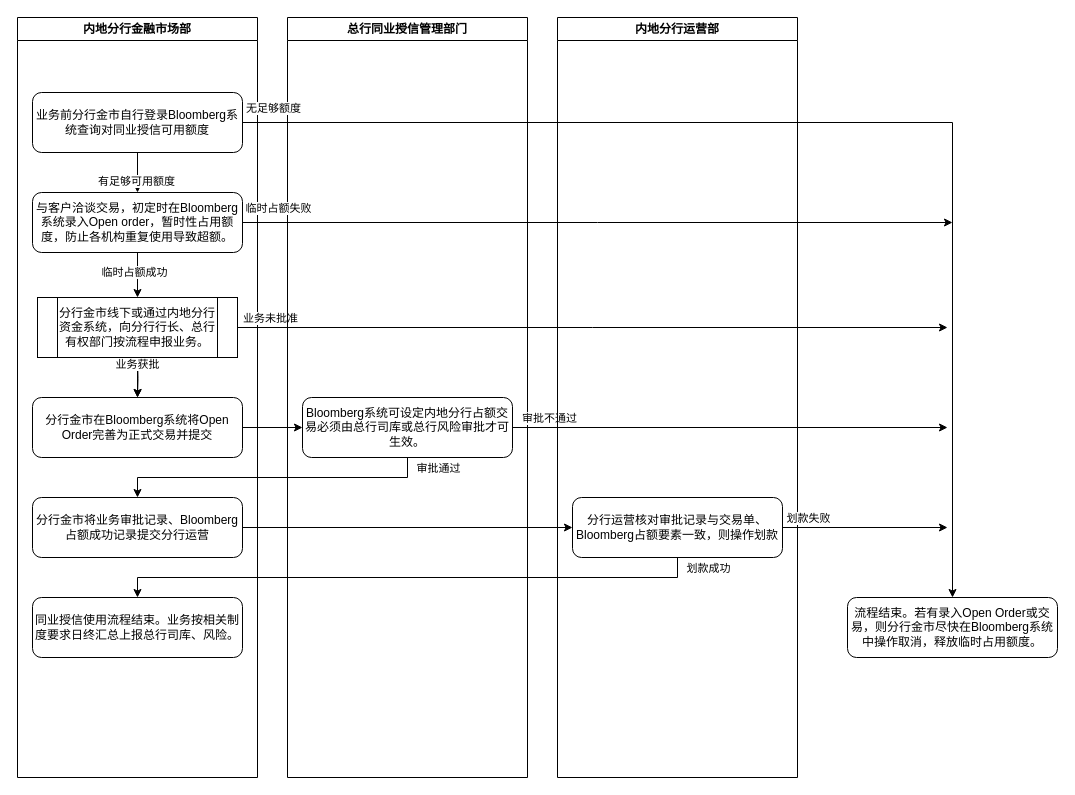
Earlier version of the draw.io diagram 未命名绘图 的副本.drawio (hyperxz/drew2). Source tidied: cells renumbered, new cells numbered last; positions are measured from the earlier drawing's top-left corner, leaving out a move shared by most shapes. Both pictures are drawn from the tidied source at 100%, with x=0, y=0 at pixel (17, 17).
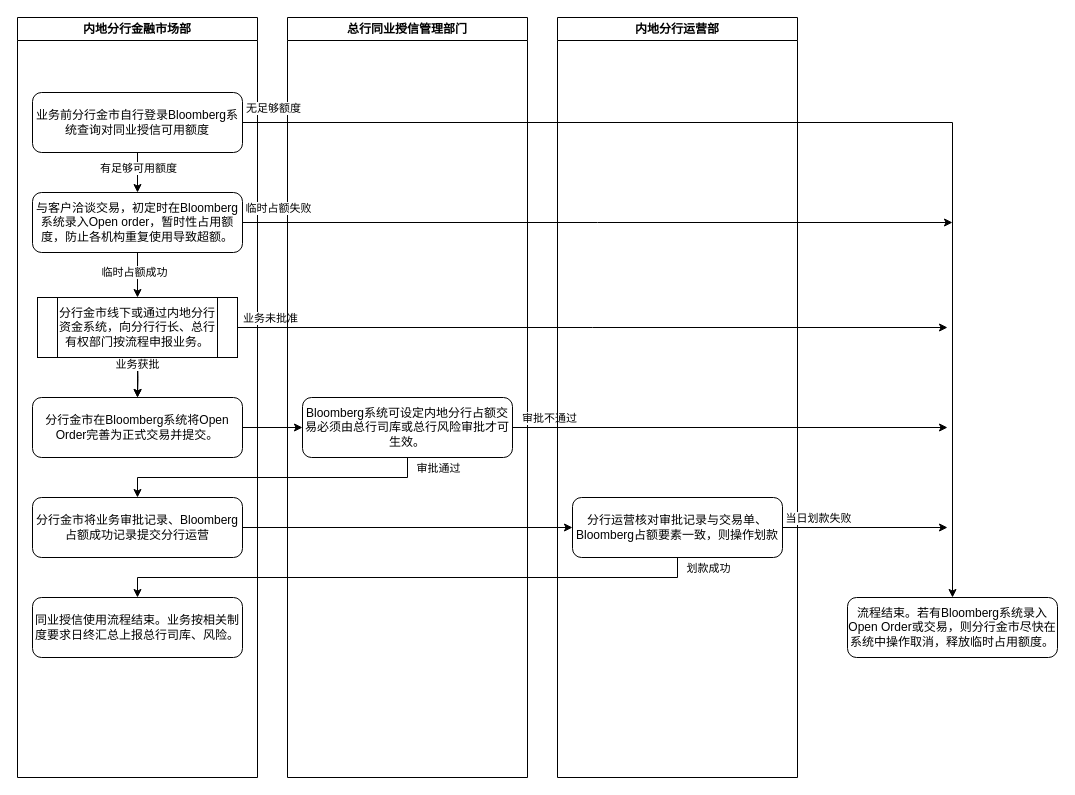
The same page after the edit.

Commit message (it also covers changes not shown here):
更新未命名绘图 的副本.drawio

The change refers to these unchanged cells:
```xml
<mxCell id="2" value="内地分行金融市场部" style="swimlane;whiteSpace=wrap;html=1;" parent="1" vertex="1">
  <mxGeometry width="240" height="760" as="geometry" />
</mxCell>
<mxCell id="3" style="edgeStyle=orthogonalEdgeStyle;rounded=0;jettySize=auto;html=1;" parent="2" edge="1" source="5" target="8">
  <mxGeometry relative="1" as="geometry" />
</mxCell>
<mxCell id="23" style="edgeStyle=orthogonalEdgeStyle;rounded=0;jettySize=auto;html=1;exitX=1;exitY=0.5;exitDx=0;exitDy=0;" parent="22" edge="1" source="25">
  <mxGeometry relative="1" as="geometry">
    <mxPoint x="390" y="510" as="targetPoint" />
  </mxGeometry>
</mxCell>
```

What changed in the source:
```diff
@@
     <mxCell id="4" value="有足够可用额度" style="edgeLabel;html=1;align=center;verticalAlign=middle;" parent="3" vertex="1">
-      <mxGeometry x="0.4" y="-2" relative="1" as="geometry" />
+      <mxGeometry x="0.4" y="-2" relative="1" as="geometry">
+        <mxPoint x="2" y="-13" as="offset" />
+      </mxGeometry>
     </mxCell>
@@
-    <mxCell id="10" value="分行金市在Bloomberg系统将Open Order完善为正式交易并提交" style="rounded=1;whiteSpace=wrap;html=1;fontSize=12;glass=0;strokeWidth=1;shadow=0;" parent="2" vertex="1">
+    <mxCell id="10" value="分行金市在Bloomberg系统将Open Order完善为正式交易并提交。" style="rounded=1;whiteSpace=wrap;html=1;fontSize=12;glass=0;strokeWidth=1;shadow=0;" parent="2" vertex="1">
       <mxGeometry x="15" y="380" width="210" height="60" as="geometry" />
     </mxCell>
@@
-    <mxCell id="24" value="划款失败" style="edgeLabel;html=1;align=center;verticalAlign=middle;" parent="23" vertex="1">
+    <mxCell id="24" value="当日划款失败" style="edgeLabel;html=1;align=center;verticalAlign=middle;" parent="23" vertex="1">
       <mxGeometry x="-0.82" y="2" relative="1" as="geometry">
-        <mxPoint x="10" y="-8" as="offset" />
+        <mxPoint x="20" y="-8" as="offset" />
       </mxGeometry>
     </mxCell>
@@
-    <mxCell id="26" value="流程结束。若有录入Open Order或交易，则分行金市尽快在Bloomberg系统中操作取消，释放临时占用额度。" style="rounded=1;whiteSpace=wrap;html=1;fontSize=12;glass=0;strokeWidth=1;shadow=0;" parent="1" vertex="1">
+    <mxCell id="26" value="流程结束。若有Bloomberg系统录入Open Order或交易，则分行金市尽快在系统中操作取消，释放临时占用额度。" style="rounded=1;whiteSpace=wrap;html=1;fontSize=12;glass=0;strokeWidth=1;shadow=0;" parent="1" vertex="1">
       <mxGeometry x="830" y="580" width="210" height="60" as="geometry" />
     </mxCell>
```
